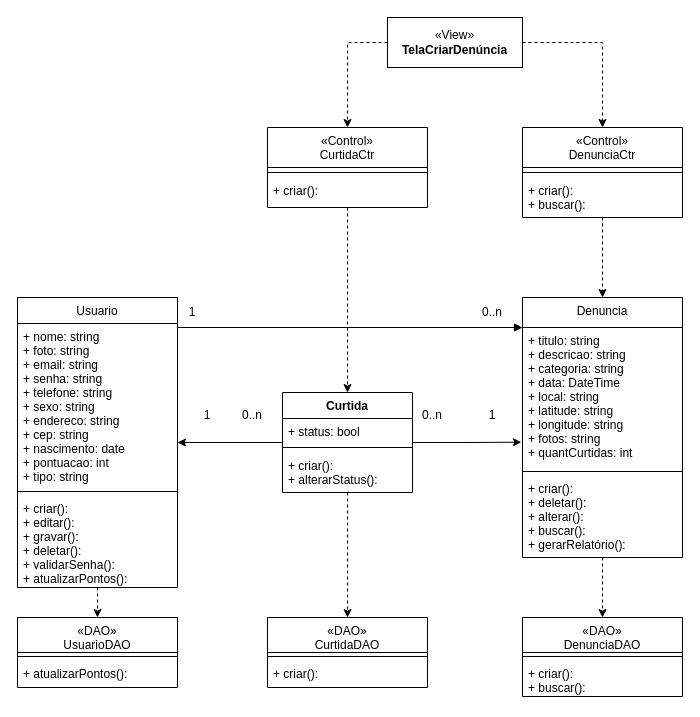
This is Documentação/Diagramas/Diagramas de Casos de Uso/Diagrama de Caso de Uso Criar Denuncia.drawio from frsouzaa/Documentacao-TCC-NossaVia, a draw.io file, before an edit. Source tidied: cells renumbered, new cells numbered last; positions are measured from the earlier drawing's top-left corner, leaving out a move shared by most shapes. Both pictures are drawn from the tidied source at 100%, with x=0, y=0 at pixel (17, 17).
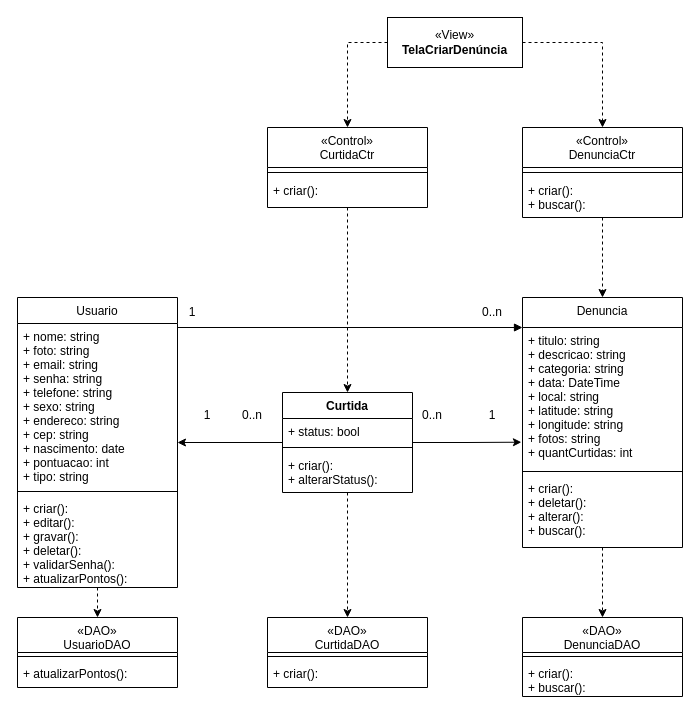
Above is the later version.

Commit message (it also covers changes not shown here):
Removendo método GerarRelatório() dos diagramas

Change to the diagram source:
```diff
@@
     <mxCell id="2" value="Denuncia" style="swimlane;fontStyle=0;align=center;verticalAlign=top;horizontal=1;startSize=30;rounded=0;shadow=0;strokeWidth=1;" parent="1" vertex="1">
-      <mxGeometry x="505" y="280" width="160" height="260" as="geometry" />
+      <mxGeometry x="505" y="280" width="160" height="250" as="geometry" />
     </mxCell>
@@
-    <mxCell id="5" value="+ criar(): &#10;+ deletar(): &#10;+ alterar():&#10;+ buscar():&#10;+ gerarRelatório(): " style="text;align=left;verticalAlign=top;spacingLeft=4;spacingRight=4;overflow=hidden;" parent="2" vertex="1">
-      <mxGeometry y="178" width="160" height="78" as="geometry" />
+    <mxCell id="5" value="+ criar(): &#10;+ deletar(): &#10;+ alterar():&#10;+ buscar():&#10; " style="text;align=left;verticalAlign=top;spacingLeft=4;spacingRight=4;overflow=hidden;" parent="2" vertex="1">
+      <mxGeometry y="178" width="160" height="72" as="geometry" />
     </mxCell>
```
